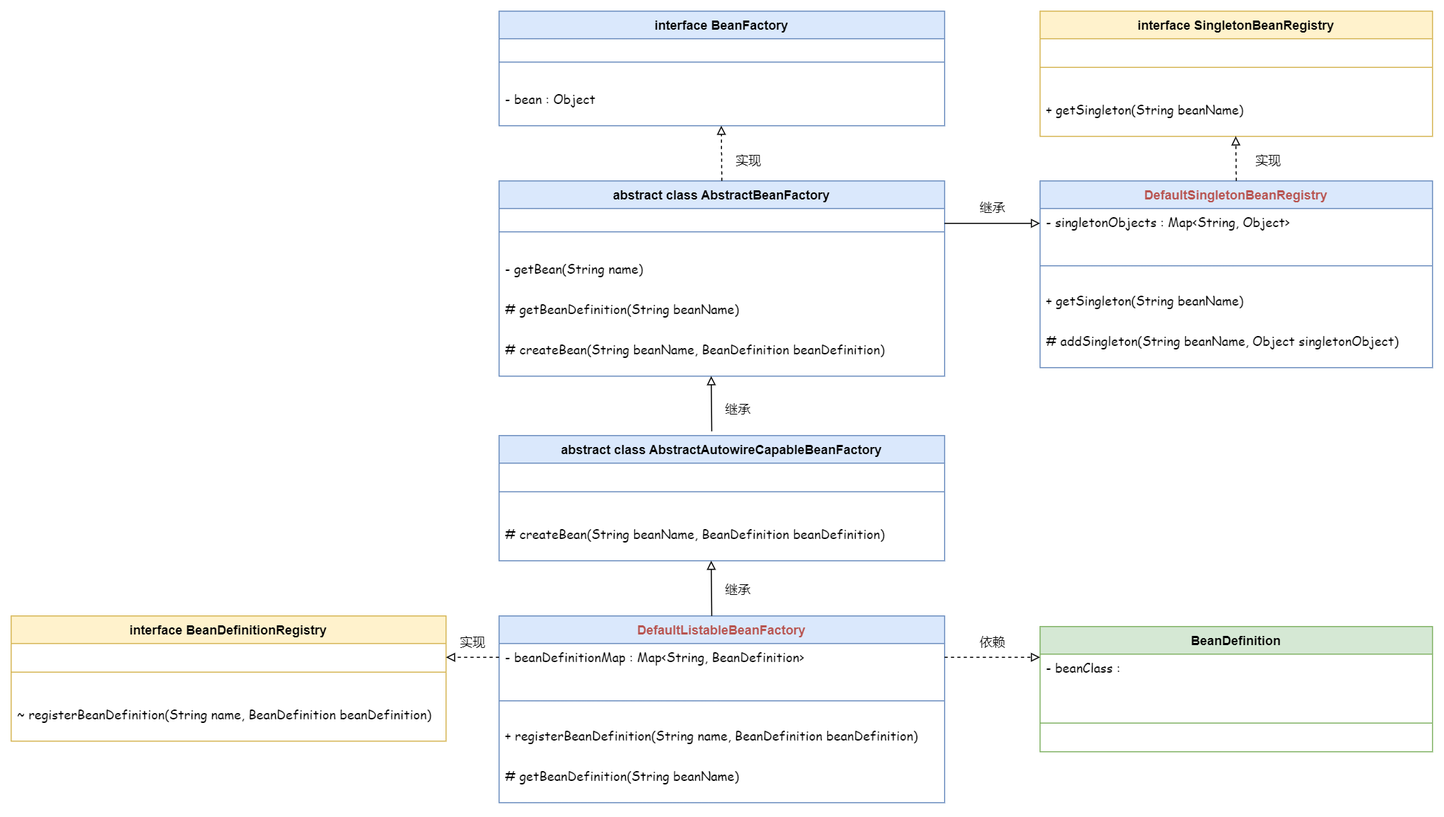
Before: imgs/02/class.png, a diagram exported from draw.io (EmeryWan/Winter). Source tidied: cells renumbered, new cells last; positions are measured from the earlier drawing's top-left corner, leaving out a move shared by most shapes.
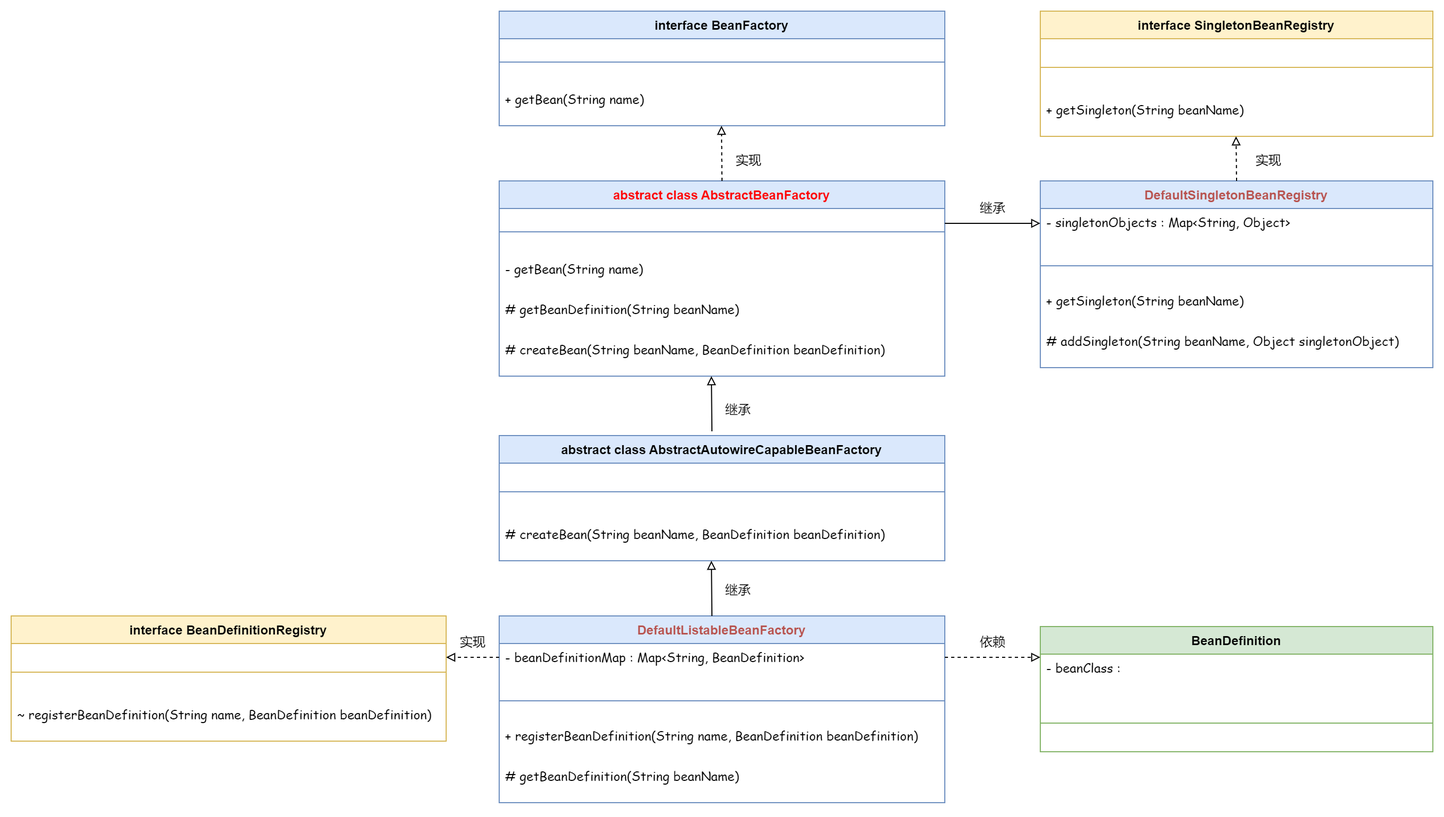
After the commit.

Diff of the diagram source:
```diff
@@ -8,10 +8,10 @@
     <mxCell id="3" style="line;strokeWidth=1;fillColor=none;align=left;verticalAlign=middle;spacingTop=-1;spacingLeft=3;spacingRight=3;labelPosition=right;strokeColor=inherit;" parent="2" vertex="1">
       <mxGeometry y="26" width="420" height="44" as="geometry" />
     </mxCell>
-    <mxCell id="4" value="- bean : Object" style="text;strokeColor=none;fillColor=none;align=left;verticalAlign=top;spacingLeft=4;spacingRight=4;overflow=hidden;fontFamily=Comic Sans MS;" parent="2" vertex="1">
+    <mxCell id="4" value="+ getBean(String name)" style="text;strokeColor=none;fillColor=none;align=left;verticalAlign=top;spacingLeft=4;spacingRight=4;overflow=hidden;fontFamily=Comic Sans MS;" parent="2" vertex="1">
       <mxGeometry y="70" width="420" height="38" as="geometry" />
     </mxCell>
-    <mxCell id="5" value="abstract class AbstractBeanFactory" style="swimlane;fontStyle=1;align=center;verticalAlign=top;horizontal=1;startSize=26;fillColor=#dae8fc;strokeColor=#6c8ebf;" parent="1" vertex="1">
+    <mxCell id="5" value="abstract class AbstractBeanFactory" style="swimlane;fontStyle=1;align=center;verticalAlign=top;horizontal=1;startSize=26;fillColor=#dae8fc;strokeColor=#6c8ebf;fontColor=#FF0000;" parent="1" vertex="1">
       <mxGeometry x="460" y="160" width="420" height="184" as="geometry" />
     </mxCell>
     <mxCell id="6" style="line;strokeWidth=1;fillColor=none;align=left;verticalAlign=middle;spacingTop=-1;spacingLeft=3;spacingRight=3;labelPosition=right;strokeColor=inherit;" parent="5" vertex="1">
@@ -32,7 +32,7 @@
     <mxCell id="11" style="line;strokeWidth=1;fillColor=none;align=left;verticalAlign=middle;spacingTop=-1;spacingLeft=3;spacingRight=3;labelPosition=right;strokeColor=inherit;" parent="10" vertex="1">
       <mxGeometry y="26" width="420" height="54" as="geometry" />
     </mxCell>
-    <mxCell id="12" value="# createBean(String beanName, BeanDefinition beanDefinition)" style="text;strokeColor=none;fillColor=none;align=left;verticalAlign=top;spacingLeft=4;spacingRight=4;overflow=hidden;fontFamily=Comic Sans MS;" parent="10" vertex="1">
+    <mxCell id="12" value="# createBean(String beanName, BeanDefinition beanDefinition)" style="text;strokeColor=none;fillColor=none;align=left;verticalAlign=top;spacingLeft=4;spacingRight=4;overflow=hidden;fontFamily=Comic Sans MS;fontColor=#000000;" parent="10" vertex="1">
       <mxGeometry y="80" width="420" height="38" as="geometry" />
     </mxCell>
     <mxCell id="13" value="DefaultListableBeanFactory" style="swimlane;fontStyle=1;align=center;verticalAlign=top;horizontal=1;startSize=26;fillColor=#dae8fc;strokeColor=#6c8ebf;fontColor=#B85450;" parent="1" vertex="1">
@@ -47,7 +47,7 @@
     <mxCell id="16" value="+ registerBeanDefinition(String name, BeanDefinition beanDefinition)" style="text;strokeColor=none;fillColor=none;align=left;verticalAlign=top;spacingLeft=4;spacingRight=4;overflow=hidden;fontFamily=Comic Sans MS;" parent="13" vertex="1">
       <mxGeometry y="100" width="420" height="38" as="geometry" />
     </mxCell>
-    <mxCell id="17" value="# getBeanDefinition(String beanName)" style="text;strokeColor=none;fillColor=none;align=left;verticalAlign=top;spacingLeft=4;spacingRight=4;overflow=hidden;fontFamily=Comic Sans MS;" parent="13" vertex="1">
+    <mxCell id="17" value="# getBeanDefinition(String beanName)" style="text;strokeColor=none;fillColor=none;align=left;verticalAlign=top;spacingLeft=4;spacingRight=4;overflow=hidden;fontFamily=Comic Sans MS;fontColor=#000000;" parent="13" vertex="1">
       <mxGeometry y="138" width="420" height="38" as="geometry" />
     </mxCell>
     <mxCell id="18" value="interface BeanDefinitionRegistry" style="swimlane;fontStyle=1;align=center;verticalAlign=top;horizontal=1;startSize=26;fillColor=#fff2cc;strokeColor=#d6b656;" parent="1" vertex="1">
```
